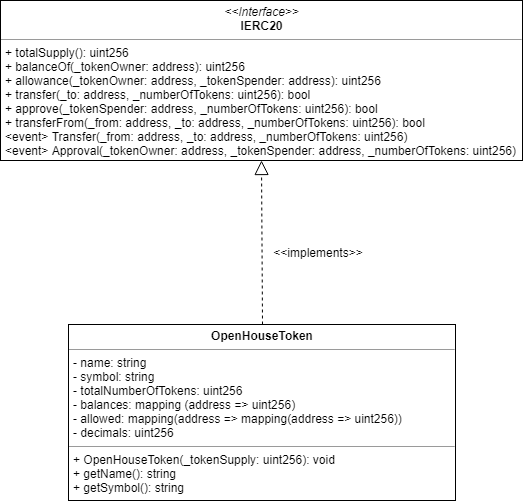
Above: uml/OpenHouseToken/OpenHouseToken.png in gkamtzir/Ethereum-ICO-Diploma-Thesis (draw.io), before the change. Source tidied: cells renumbered, new cells last; positions are measured from the earlier drawing's top-left corner, leaving out a move shared by most shapes. Its diagram source:
```xml
<mxGraphModel>
  <root>
    <mxCell id="0" />
    <mxCell id="1" parent="0" />
    <mxCell id="2" value="&lt;p style=&quot;margin: 0px ; margin-top: 4px ; text-align: center&quot;&gt;&lt;b&gt;OpenHouseToken&lt;/b&gt;&lt;/p&gt;&lt;hr size=&quot;1&quot;&gt;&lt;p style=&quot;margin: 0px ; margin-left: 4px&quot;&gt;- name: string&lt;/p&gt;&lt;p style=&quot;margin: 0px ; margin-left: 4px&quot;&gt;- symbol: string&lt;/p&gt;&lt;p style=&quot;margin: 0px ; margin-left: 4px&quot;&gt;- totalNumberOfTokens: uint256&lt;/p&gt;&lt;p style=&quot;margin: 0px ; margin-left: 4px&quot;&gt;- balances: mapping (address =&amp;gt; uint256)&lt;/p&gt;&lt;p style=&quot;margin: 0px ; margin-left: 4px&quot;&gt;- allowed: mapping(address =&amp;gt; mapping(address =&amp;gt; uint256))&lt;/p&gt;&lt;p style=&quot;margin: 0px ; margin-left: 4px&quot;&gt;- decimals: uint256&lt;/p&gt;&lt;hr size=&quot;1&quot;&gt;&lt;p style=&quot;margin: 0px ; margin-left: 4px&quot;&gt;+ OpenHouseToken(_tokenSupply: uint256): void&lt;/p&gt;&lt;p style=&quot;margin: 0px ; margin-left: 4px&quot;&gt;+ getName(): string&lt;/p&gt;&lt;p style=&quot;margin: 0px ; margin-left: 4px&quot;&gt;+ getSymbol(): string&lt;/p&gt;" style="verticalAlign=top;align=left;overflow=fill;fontSize=12;fontFamily=Helvetica;html=1;" parent="1" vertex="1">
      <mxGeometry x="68" y="324" width="387" height="176" as="geometry" />
    </mxCell>
    <mxCell id="3" value="&lt;p style=&quot;margin: 0px ; margin-top: 4px ; text-align: center&quot;&gt;&lt;i&gt;&amp;lt;&amp;lt;Interface&amp;gt;&amp;gt;&lt;/i&gt;&lt;br&gt;&lt;b&gt;IERC20&lt;/b&gt;&lt;/p&gt;&lt;hr size=&quot;1&quot;&gt;&lt;p style=&quot;margin: 0px ; margin-left: 4px&quot;&gt;+ totalSupply(): uint256&lt;br&gt;+ balanceOf(_tokenOwner: address): uint256&lt;/p&gt;&lt;p style=&quot;margin: 0px ; margin-left: 4px&quot;&gt;+ allowance(_tokenOwner: address, _tokenSpender: address): uint256&lt;/p&gt;&lt;p style=&quot;margin: 0px ; margin-left: 4px&quot;&gt;+ transfer(_to: address, _numberOfTokens: uint256): bool&lt;/p&gt;&lt;p style=&quot;margin: 0px ; margin-left: 4px&quot;&gt;+ approve(_tokenSpender: address, _numberOfTokens: uint256): bool&lt;/p&gt;&lt;p style=&quot;margin: 0px ; margin-left: 4px&quot;&gt;+ transferFrom(_from: address, _to: address, _numberOfTokens: uint256): bool&lt;/p&gt;&lt;p style=&quot;margin: 0px ; margin-left: 4px&quot;&gt;&amp;lt;event&amp;gt; Transfer(_from: address, _to: address, _numberOfTokens: uint256)&lt;/p&gt;&lt;p style=&quot;margin: 0px ; margin-left: 4px&quot;&gt;&amp;lt;event&amp;gt; Approval(_tokenOwner: address, _tokenSpender: address, _numberOfTokens: uint256)&lt;/p&gt;" style="verticalAlign=top;align=left;overflow=fill;fontSize=12;fontFamily=Helvetica;html=1;" parent="1" vertex="1">
      <mxGeometry width="522" height="160" as="geometry" />
    </mxCell>
    <mxCell id="4" style="endArrow=block;dashed=1;endFill=0;endSize=12;html=1;exitX=0.5;exitY=0;exitDx=0;exitDy=0;entryX=0.5;entryY=1;entryDx=0;entryDy=0;" parent="1" edge="1" source="2" target="3">
      <mxGeometry relative="1" as="geometry" />
    </mxCell>
    <mxCell id="5" value="&lt;&lt;implements&gt;&gt;" style="text;align=center;fontStyle=0;verticalAlign=middle;spacingLeft=3;spacingRight=3;strokeColor=none;" parent="1" vertex="1">
      <mxGeometry x="278" y="240" width="80" height="26" as="geometry" />
    </mxCell>
  </root>
</mxGraphModel>
```
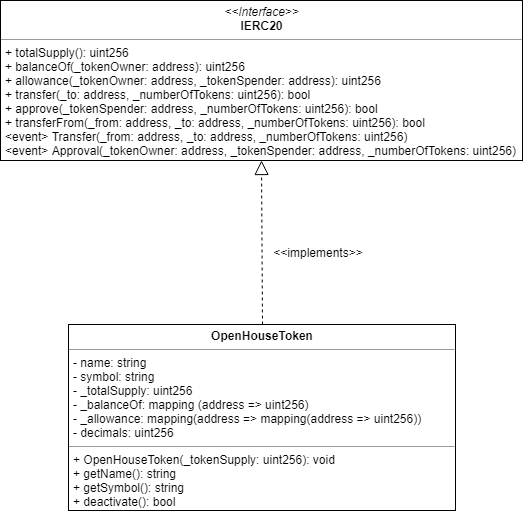
Above is the later version.

Change to the diagram source:
```diff
@@ -2,8 +2,8 @@
   <root>
     <mxCell id="0" />
     <mxCell id="1" parent="0" />
-    <mxCell id="2" value="&lt;p style=&quot;margin: 0px ; margin-top: 4px ; text-align: center&quot;&gt;&lt;b&gt;OpenHouseToken&lt;/b&gt;&lt;/p&gt;&lt;hr size=&quot;1&quot;&gt;&lt;p style=&quot;margin: 0px ; margin-left: 4px&quot;&gt;- name: string&lt;/p&gt;&lt;p style=&quot;margin: 0px ; margin-left: 4px&quot;&gt;- symbol: string&lt;/p&gt;&lt;p style=&quot;margin: 0px ; margin-left: 4px&quot;&gt;- totalNumberOfTokens: uint256&lt;/p&gt;&lt;p style=&quot;margin: 0px ; margin-left: 4px&quot;&gt;- balances: mapping (address =&amp;gt; uint256)&lt;/p&gt;&lt;p style=&quot;margin: 0px ; margin-left: 4px&quot;&gt;- allowed: mapping(address =&amp;gt; mapping(address =&amp;gt; uint256))&lt;/p&gt;&lt;p style=&quot;margin: 0px ; margin-left: 4px&quot;&gt;- decimals: uint256&lt;/p&gt;&lt;hr size=&quot;1&quot;&gt;&lt;p style=&quot;margin: 0px ; margin-left: 4px&quot;&gt;+ OpenHouseToken(_tokenSupply: uint256): void&lt;/p&gt;&lt;p style=&quot;margin: 0px ; margin-left: 4px&quot;&gt;+ getName(): string&lt;/p&gt;&lt;p style=&quot;margin: 0px ; margin-left: 4px&quot;&gt;+ getSymbol(): string&lt;/p&gt;" style="verticalAlign=top;align=left;overflow=fill;fontSize=12;fontFamily=Helvetica;html=1;" parent="1" vertex="1">
-      <mxGeometry x="68" y="324" width="387" height="176" as="geometry" />
+    <mxCell id="2" value="&lt;p style=&quot;margin: 0px ; margin-top: 4px ; text-align: center&quot;&gt;&lt;b&gt;OpenHouseToken&lt;/b&gt;&lt;/p&gt;&lt;hr size=&quot;1&quot;&gt;&lt;p style=&quot;margin: 0px ; margin-left: 4px&quot;&gt;- name: string&lt;/p&gt;&lt;p style=&quot;margin: 0px ; margin-left: 4px&quot;&gt;- symbol: string&lt;/p&gt;&lt;p style=&quot;margin: 0px ; margin-left: 4px&quot;&gt;- _totalSupply: uint256&lt;/p&gt;&lt;p style=&quot;margin: 0px ; margin-left: 4px&quot;&gt;- _balanceOf: mapping (address =&amp;gt; uint256)&lt;/p&gt;&lt;p style=&quot;margin: 0px ; margin-left: 4px&quot;&gt;- _allowance: mapping(address =&amp;gt; mapping(address =&amp;gt; uint256))&lt;/p&gt;&lt;p style=&quot;margin: 0px ; margin-left: 4px&quot;&gt;- decimals: uint256&lt;/p&gt;&lt;hr size=&quot;1&quot;&gt;&lt;p style=&quot;margin: 0px ; margin-left: 4px&quot;&gt;+ OpenHouseToken(_tokenSupply: uint256): void&lt;/p&gt;&lt;p style=&quot;margin: 0px ; margin-left: 4px&quot;&gt;+ getName(): string&lt;/p&gt;&lt;p style=&quot;margin: 0px ; margin-left: 4px&quot;&gt;+ getSymbol(): string&lt;/p&gt;&lt;p style=&quot;margin: 0px ; margin-left: 4px&quot;&gt;+ deactivate(): bool&lt;/p&gt;" style="verticalAlign=top;align=left;overflow=fill;fontSize=12;fontFamily=Helvetica;html=1;" parent="1" vertex="1">
+      <mxGeometry x="68" y="324" width="387" height="186" as="geometry" />
     </mxCell>
     <mxCell id="3" value="&lt;p style=&quot;margin: 0px ; margin-top: 4px ; text-align: center&quot;&gt;&lt;i&gt;&amp;lt;&amp;lt;Interface&amp;gt;&amp;gt;&lt;/i&gt;&lt;br&gt;&lt;b&gt;IERC20&lt;/b&gt;&lt;/p&gt;&lt;hr size=&quot;1&quot;&gt;&lt;p style=&quot;margin: 0px ; margin-left: 4px&quot;&gt;+ totalSupply(): uint256&lt;br&gt;+ balanceOf(_tokenOwner: address): uint256&lt;/p&gt;&lt;p style=&quot;margin: 0px ; margin-left: 4px&quot;&gt;+ allowance(_tokenOwner: address, _tokenSpender: address): uint256&lt;/p&gt;&lt;p style=&quot;margin: 0px ; margin-left: 4px&quot;&gt;+ transfer(_to: address, _numberOfTokens: uint256): bool&lt;/p&gt;&lt;p style=&quot;margin: 0px ; margin-left: 4px&quot;&gt;+ approve(_tokenSpender: address, _numberOfTokens: uint256): bool&lt;/p&gt;&lt;p style=&quot;margin: 0px ; margin-left: 4px&quot;&gt;+ transferFrom(_from: address, _to: address, _numberOfTokens: uint256): bool&lt;/p&gt;&lt;p style=&quot;margin: 0px ; margin-left: 4px&quot;&gt;&amp;lt;event&amp;gt; Transfer(_from: address, _to: address, _numberOfTokens: uint256)&lt;/p&gt;&lt;p style=&quot;margin: 0px ; margin-left: 4px&quot;&gt;&amp;lt;event&amp;gt; Approval(_tokenOwner: address, _tokenSpender: address, _numberOfTokens: uint256)&lt;/p&gt;" style="verticalAlign=top;align=left;overflow=fill;fontSize=12;fontFamily=Helvetica;html=1;" parent="1" vertex="1">
       <mxGeometry width="522" height="160" as="geometry" />
```
